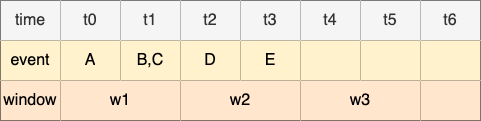
Earlier version of the draw.io export img/kafka/kafka-stream-windowing-2.drawio.png (windowforsun/blog). Source tidied: cells renumbered, new cells last; positions are measured from the earlier drawing's top-left corner, leaving out a move shared by most shapes.
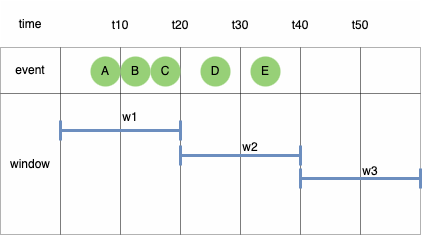
After the commit.

Commit message:
kafka-stream-windowing-2.drawio.png이 추가되었습니다.

The edit, as a diff of the source:
```diff
@@ -2,80 +2,134 @@
   <root>
     <mxCell id="0" />
     <mxCell id="1" parent="0" />
-    <mxCell id="2" style="shape=table;startSize=0;fontSize=16;" parent="1" vertex="1">
-      <mxGeometry width="480" height="120" as="geometry" />
-    </mxCell>
-    <mxCell id="3" style="shape=tableRow;horizontal=0;startSize=0;swimlaneHead=0;swimlaneBody=0;strokeColor=inherit;top=0;left=0;bottom=0;right=0;fillColor=none;fontSize=16;" parent="2" vertex="1">
-      <mxGeometry width="480" height="40" as="geometry" />
-    </mxCell>
+    <mxCell id="27" style="shadow=0;fillColor=#f5f5f5;strokeColor=none;opacity=10;fontColor=#333333;" parent="1" vertex="1">
+      <mxGeometry x="70" y="80" width="420" height="234" as="geometry" />
+    </mxCell>
+    <mxCell id="28" style="shape=tableRow;horizontal=0;startSize=0;swimlaneHead=0;swimlaneBody=0;top=0;left=0;bottom=0;right=0;fontStyle=0;fillColor=none;strokeColor=inherit;opacity=0;" parent="27" vertex="1">
+      <mxGeometry width="420" height="47" as="geometry" />
+    </mxCell>
-    <mxCell id="4" value="time" style="shape=partialRectangle;html=1;whiteSpace=wrap;strokeColor=#666666;overflow=hidden;fillColor=#f5f5f5;top=0;left=0;bottom=0;right=0;fontSize=16;fontColor=#333333;" parent="3" vertex="1">
-      <mxGeometry width="60" height="40" as="geometry" />
+    <mxCell id="4" value="time" style="strokeColor=inherit;fillColor=none;align=center;whiteSpace=wrap;html=1;opacity=30;" parent="28" vertex="1">
+      <mxGeometry width="60" height="47" as="geometry" />
     </mxCell>
-    <mxCell id="5" value="t0" style="shape=partialRectangle;html=1;whiteSpace=wrap;strokeColor=#666666;overflow=hidden;fillColor=#f5f5f5;top=0;left=0;bottom=0;right=0;fontSize=16;fontColor=#333333;" parent="3" vertex="1">
-      <mxGeometry x="60" width="60" height="40" as="geometry" />
-    </mxCell>
-    <mxCell id="6" value="t1" style="shape=partialRectangle;html=1;whiteSpace=wrap;strokeColor=#666666;overflow=hidden;fillColor=#f5f5f5;top=0;left=0;bottom=0;right=0;fontSize=16;fontColor=#333333;" parent="3" vertex="1">
-      <mxGeometry x="120" width="60" height="40" as="geometry" />
-    </mxCell>
-    <mxCell id="7" value="t2" style="shape=partialRectangle;html=1;whiteSpace=wrap;strokeColor=#666666;overflow=hidden;fillColor=#f5f5f5;top=0;left=0;bottom=0;right=0;fontSize=16;fontColor=#333333;" parent="3" vertex="1">
-      <mxGeometry x="180" width="60" height="40" as="geometry" />
-    </mxCell>
-    <mxCell id="8" value="t3" style="shape=partialRectangle;html=1;whiteSpace=wrap;strokeColor=#666666;overflow=hidden;fillColor=#f5f5f5;top=0;left=0;bottom=0;right=0;fontSize=16;fontColor=#333333;" parent="3" vertex="1">
-      <mxGeometry x="240" width="60" height="40" as="geometry" />
-    </mxCell>
-    <mxCell id="9" value="t4" style="shape=partialRectangle;html=1;whiteSpace=wrap;strokeColor=#666666;overflow=hidden;fillColor=#f5f5f5;top=0;left=0;bottom=0;right=0;fontSize=16;fontColor=#333333;" parent="3" vertex="1">
-      <mxGeometry x="300" width="60" height="40" as="geometry" />
-    </mxCell>
-    <mxCell id="10" value="t5" style="shape=partialRectangle;html=1;whiteSpace=wrap;strokeColor=#666666;overflow=hidden;fillColor=#f5f5f5;top=0;left=0;bottom=0;right=0;fontSize=16;fontColor=#333333;" parent="3" vertex="1">
-      <mxGeometry x="360" width="60" height="40" as="geometry" />
-    </mxCell>
-    <mxCell id="11" value="t6" style="shape=partialRectangle;html=1;whiteSpace=wrap;strokeColor=#666666;overflow=hidden;fillColor=#f5f5f5;top=0;left=0;bottom=0;right=0;fontSize=16;fontColor=#333333;" parent="3" vertex="1">
-      <mxGeometry x="420" width="60" height="40" as="geometry" />
-    </mxCell>
-    <mxCell id="12" style="shape=tableRow;horizontal=0;startSize=0;swimlaneHead=0;swimlaneBody=0;strokeColor=inherit;top=0;left=0;bottom=0;right=0;fillColor=none;fontSize=16;" parent="2" vertex="1">
-      <mxGeometry y="40" width="480" height="40" as="geometry" />
-    </mxCell>
+    <mxCell id="29" style="strokeColor=inherit;fillColor=none;align=center;whiteSpace=wrap;html=1;opacity=30;" parent="28" vertex="1">
+      <mxGeometry x="60" width="60" height="47" as="geometry" />
+    </mxCell>
+    <mxCell id="30" style="strokeColor=inherit;fillColor=none;align=center;whiteSpace=wrap;html=1;opacity=30;" parent="28" vertex="1">
+      <mxGeometry x="120" width="60" height="47" as="geometry" />
+    </mxCell>
+    <mxCell id="31" style="strokeColor=inherit;fillColor=none;align=center;whiteSpace=wrap;html=1;opacity=30;" parent="28" vertex="1">
+      <mxGeometry x="180" width="60" height="47" as="geometry" />
+    </mxCell>
+    <mxCell id="32" style="strokeColor=inherit;fillColor=none;align=center;whiteSpace=wrap;html=1;opacity=30;" parent="28" vertex="1">
+      <mxGeometry x="240" width="60" height="47" as="geometry" />
+    </mxCell>
+    <mxCell id="33" style="strokeColor=inherit;fillColor=none;align=center;whiteSpace=wrap;html=1;opacity=30;" parent="28" vertex="1">
+      <mxGeometry x="300" width="60" height="47" as="geometry" />
+    </mxCell>
+    <mxCell id="34" style="strokeColor=inherit;fillColor=none;align=center;whiteSpace=wrap;html=1;opacity=30;" parent="28" vertex="1">
+      <mxGeometry x="360" width="60" height="47" as="geometry" />
+    </mxCell>
+    <mxCell id="35" style="shape=tableRow;horizontal=0;startSize=0;swimlaneHead=0;swimlaneBody=0;top=0;left=0;bottom=0;right=0;fontStyle=0;fillColor=none;strokeColor=default;opacity=30;" parent="27" vertex="1">
+      <mxGeometry y="47" width="420" height="46" as="geometry" />
+    </mxCell>
-    <mxCell id="13" value="event" style="shape=partialRectangle;html=1;whiteSpace=wrap;strokeColor=#d6b656;overflow=hidden;fillColor=#fff2cc;top=0;left=0;bottom=0;right=0;fontSize=16;" parent="12" vertex="1">
-      <mxGeometry width="60" height="40" as="geometry" />
+    <mxCell id="13" value="event" style="strokeColor=inherit;fillColor=none;align=center;whiteSpace=wrap;html=1;opacity=30;" parent="35" vertex="1">
+      <mxGeometry width="60" height="46" as="geometry" />
     </mxCell>
+    <mxCell id="36" style="strokeColor=default;fillColor=none;align=center;whiteSpace=wrap;html=1;opacity=30;" parent="35" vertex="1">
+      <mxGeometry x="60" width="60" height="46" as="geometry" />
+    </mxCell>
+    <mxCell id="37" style="strokeColor=default;fillColor=none;align=center;whiteSpace=wrap;html=1;opacity=30;" parent="35" vertex="1">
+      <mxGeometry x="120" width="60" height="46" as="geometry" />
+    </mxCell>
+    <mxCell id="38" style="strokeColor=default;fillColor=none;align=center;whiteSpace=wrap;html=1;opacity=30;" parent="35" vertex="1">
+      <mxGeometry x="180" width="60" height="46" as="geometry" />
+    </mxCell>
+    <mxCell id="39" style="strokeColor=default;fillColor=none;align=center;whiteSpace=wrap;html=1;opacity=30;" parent="35" vertex="1">
+      <mxGeometry x="240" width="60" height="46" as="geometry" />
+    </mxCell>
+    <mxCell id="40" style="strokeColor=default;fillColor=none;align=center;whiteSpace=wrap;html=1;opacity=30;" parent="35" vertex="1">
+      <mxGeometry x="300" width="60" height="46" as="geometry" />
+    </mxCell>
+    <mxCell id="41" style="strokeColor=default;fillColor=none;align=center;whiteSpace=wrap;html=1;opacity=30;" parent="35" vertex="1">
+      <mxGeometry x="360" width="60" height="46" as="geometry" />
+    </mxCell>
+    <mxCell id="42" style="shape=tableRow;horizontal=0;startSize=0;swimlaneHead=0;swimlaneBody=0;top=0;left=0;bottom=0;right=0;fontStyle=0;fillColor=none;strokeColor=default;opacity=30;" parent="27" vertex="1">
+      <mxGeometry y="93" width="420" height="47" as="geometry" />
+    </mxCell>
+    <mxCell id="22" value="window" style="strokeColor=inherit;fillColor=none;align=center;whiteSpace=wrap;html=1;opacity=30;rowspan=3;colspan=1;" parent="42" vertex="1">
+      <mxGeometry width="60" height="141" as="geometry" />
+    </mxCell>
+    <mxCell id="43" style="strokeColor=default;fillColor=none;align=center;whiteSpace=wrap;html=1;opacity=30;rowspan=3;colspan=1;" parent="42" vertex="1">
+      <mxGeometry x="60" width="60" height="141" as="geometry" />
+    </mxCell>
+    <mxCell id="44" style="strokeColor=default;fillColor=none;align=center;whiteSpace=wrap;html=1;opacity=30;rowspan=3;colspan=1;" parent="42" vertex="1">
+      <mxGeometry x="120" width="60" height="141" as="geometry" />
+    </mxCell>
+    <mxCell id="45" style="strokeColor=default;fillColor=none;align=center;whiteSpace=wrap;html=1;opacity=30;rowspan=3;colspan=1;" parent="42" vertex="1">
+      <mxGeometry x="180" width="60" height="141" as="geometry" />
+    </mxCell>
+    <mxCell id="46" style="strokeColor=default;fillColor=none;align=center;whiteSpace=wrap;html=1;opacity=30;rowspan=3;colspan=1;" parent="42" vertex="1">
+      <mxGeometry x="240" width="60" height="141" as="geometry" />
+    </mxCell>
+    <mxCell id="47" style="strokeColor=default;fillColor=none;align=center;whiteSpace=wrap;html=1;opacity=30;rowspan=3;colspan=1;" parent="42" vertex="1">
+      <mxGeometry x="300" width="60" height="141" as="geometry" />
+    </mxCell>
+    <mxCell id="48" style="strokeColor=default;fillColor=none;align=center;whiteSpace=wrap;html=1;opacity=30;rowspan=3;colspan=1;" parent="42" vertex="1">
+      <mxGeometry x="360" width="60" height="141" as="geometry" />
+    </mxCell>
+    <mxCell id="49" style="shape=tableRow;horizontal=0;startSize=0;swimlaneHead=0;swimlaneBody=0;top=0;left=0;bottom=0;right=0;fontStyle=0;fillColor=none;strokeColor=default;opacity=30;" parent="27" vertex="1">
+      <mxGeometry y="140" width="420" height="47" as="geometry" />
+    </mxCell>
+    <mxCell id="50" style="shape=tableRow;horizontal=0;startSize=0;swimlaneHead=0;swimlaneBody=0;top=0;left=0;bottom=0;right=0;fontStyle=0;fillColor=none;strokeColor=default;opacity=30;" parent="27" vertex="1">
+      <mxGeometry y="187" width="420" height="47" as="geometry" />
+    </mxCell>
+    <mxCell id="51" value="t10" style="text;html=1;align=center;verticalAlign=middle;whiteSpace=wrap;rounded=0;opacity=30;strokeColor=none;" parent="1" vertex="1">
+      <mxGeometry x="160" y="90" width="60" height="30" as="geometry" />
+    </mxCell>
+    <mxCell id="52" value="t20" style="text;html=1;align=center;verticalAlign=middle;whiteSpace=wrap;rounded=0;opacity=30;strokeColor=none;" parent="1" vertex="1">
+      <mxGeometry x="220" y="90" width="60" height="30" as="geometry" />
+    </mxCell>
+    <mxCell id="53" value="t30" style="text;html=1;align=center;verticalAlign=middle;whiteSpace=wrap;rounded=0;opacity=30;strokeColor=none;" parent="1" vertex="1">
+      <mxGeometry x="280" y="90" width="60" height="30" as="geometry" />
+    </mxCell>
+    <mxCell id="54" value="t40" style="text;html=1;align=center;verticalAlign=middle;whiteSpace=wrap;rounded=0;opacity=30;strokeColor=none;" parent="1" vertex="1">
+      <mxGeometry x="340" y="90" width="60" height="30" as="geometry" />
+    </mxCell>
+    <mxCell id="55" value="t50" style="text;html=1;align=center;verticalAlign=middle;whiteSpace=wrap;rounded=0;opacity=30;strokeColor=none;" parent="1" vertex="1">
+      <mxGeometry x="400" y="90" width="60" height="30" as="geometry" />
+    </mxCell>
-    <mxCell id="14" value="A" style="shape=partialRectangle;html=1;whiteSpace=wrap;strokeColor=#d6b656;overflow=hidden;fillColor=#fff2cc;top=0;left=0;bottom=0;right=0;fontSize=16;" parent="12" vertex="1">
-      <mxGeometry x="60" width="60" height="40" as="geometry" />
+    <mxCell id="14" value="A" style="ellipse;whiteSpace=wrap;html=1;fillColor=#97D077;strokeColor=none;" parent="1" vertex="1">
+      <mxGeometry x="160" y="136" width="30" height="30" as="geometry" />
     </mxCell>
-    <mxCell id="15" value="B,C" style="shape=partialRectangle;html=1;whiteSpace=wrap;overflow=hidden;top=0;left=0;bottom=0;right=0;fontSize=16;strokeColor=#d6b656;fillColor=#fff2cc;" parent="12" vertex="1">
-      <mxGeometry x="120" width="60" height="40" as="geometry" />
-    </mxCell>
+    <mxCell id="56" value="B" style="ellipse;whiteSpace=wrap;html=1;fillColor=#97D077;strokeColor=none;" parent="1" vertex="1">
+      <mxGeometry x="190" y="136" width="30" height="30" as="geometry" />
+    </mxCell>
+    <mxCell id="57" value="C" style="ellipse;whiteSpace=wrap;html=1;fillColor=#97D077;strokeColor=none;" parent="1" vertex="1">
+      <mxGeometry x="220" y="136" width="30" height="30" as="geometry" />
+    </mxCell>
+    <mxCell id="58" style="shape=crossbar;whiteSpace=wrap;html=1;rounded=1;strokeWidth=3;fillColor=#dae8fc;strokeColor=#6c8ebf;" parent="1" vertex="1">
+      <mxGeometry x="250" y="225" width="120" height="20" as="geometry" />
+    </mxCell>
+    <mxCell id="24" value="w2" style="text;html=1;align=center;verticalAlign=middle;whiteSpace=wrap;rounded=0;" parent="1" vertex="1">
+      <mxGeometry x="290" y="212" width="60" height="30" as="geometry" />
+    </mxCell>
-    <mxCell id="16" value="D" style="shape=partialRectangle;html=1;whiteSpace=wrap;overflow=hidden;top=0;left=0;bottom=0;right=0;fontSize=16;fillColor=#fff2cc;strokeColor=#d6b656;" parent="12" vertex="1">
-      <mxGeometry x="180" width="60" height="40" as="geometry" />
+    <mxCell id="16" value="D" style="ellipse;whiteSpace=wrap;html=1;fillColor=#97D077;strokeColor=none;" parent="1" vertex="1">
+      <mxGeometry x="270" y="136" width="30" height="30" as="geometry" />
     </mxCell>
-    <mxCell id="17" value="E" style="shape=partialRectangle;html=1;whiteSpace=wrap;strokeColor=#d6b656;overflow=hidden;fillColor=#fff2cc;top=0;left=0;bottom=0;right=0;fontSize=16;" parent="12" vertex="1">
-      <mxGeometry x="240" width="60" height="40" as="geometry" />
+    <mxCell id="17" value="E" style="ellipse;whiteSpace=wrap;html=1;fillColor=#97D077;strokeColor=none;" parent="1" vertex="1">
+      <mxGeometry x="320" y="136" width="30" height="30" as="geometry" />
     </mxCell>
-    <mxCell id="18" style="shape=partialRectangle;html=1;whiteSpace=wrap;strokeColor=#d6b656;overflow=hidden;fillColor=#fff2cc;top=0;left=0;bottom=0;right=0;fontSize=16;" parent="12" vertex="1">
-      <mxGeometry x="300" width="60" height="40" as="geometry" />
-    </mxCell>
-    <mxCell id="19" style="shape=partialRectangle;html=1;whiteSpace=wrap;strokeColor=#d6b656;overflow=hidden;fillColor=#fff2cc;top=0;left=0;bottom=0;right=0;fontSize=16;" parent="12" vertex="1">
-      <mxGeometry x="360" width="60" height="40" as="geometry" />
-    </mxCell>
-    <mxCell id="20" style="shape=partialRectangle;html=1;whiteSpace=wrap;strokeColor=#d6b656;overflow=hidden;fillColor=#fff2cc;top=0;left=0;bottom=0;right=0;fontSize=16;" parent="12" vertex="1">
-      <mxGeometry x="420" width="60" height="40" as="geometry" />
-    </mxCell>
-    <mxCell id="21" style="shape=tableRow;horizontal=0;startSize=0;swimlaneHead=0;swimlaneBody=0;strokeColor=inherit;top=0;left=0;bottom=0;right=0;fillColor=none;fontSize=16;" parent="2" vertex="1">
-      <mxGeometry y="80" width="480" height="40" as="geometry" />
-    </mxCell>
-    <mxCell id="22" value="window" style="shape=partialRectangle;html=1;whiteSpace=wrap;strokeColor=#d79b00;overflow=hidden;fillColor=#ffe6cc;top=0;left=0;bottom=0;right=0;fontSize=16;" parent="21" vertex="1">
-      <mxGeometry width="60" height="40" as="geometry" />
-    </mxCell>
+    <mxCell id="59" style="shape=crossbar;whiteSpace=wrap;html=1;rounded=1;strokeWidth=3;fillColor=#dae8fc;strokeColor=#6c8ebf;" parent="1" vertex="1">
+      <mxGeometry x="130" y="200" width="120" height="20" as="geometry" />
+    </mxCell>
-    <mxCell id="23" value="w1" style="shape=partialRectangle;html=1;whiteSpace=wrap;strokeColor=#d79b00;overflow=hidden;fillColor=#ffe6cc;top=0;left=0;bottom=0;right=0;fontSize=16;rowspan=1;colspan=2;" parent="21" vertex="1">
-      <mxGeometry x="60" width="120" height="40" as="geometry" />
+    <mxCell id="23" value="w1" style="text;html=1;align=center;verticalAlign=middle;whiteSpace=wrap;rounded=0;" parent="1" vertex="1">
+      <mxGeometry x="170" y="182" width="60" height="30" as="geometry" />
     </mxCell>
-    <mxCell id="24" value="w2" style="shape=partialRectangle;html=1;whiteSpace=wrap;strokeColor=#d79b00;overflow=hidden;fillColor=#ffe6cc;top=0;left=0;bottom=0;right=0;fontSize=16;rowspan=1;colspan=2;" parent="21" vertex="1">
-      <mxGeometry x="180" width="120" height="40" as="geometry" />
-    </mxCell>
+    <mxCell id="60" style="shape=crossbar;whiteSpace=wrap;html=1;rounded=1;strokeWidth=3;fillColor=#dae8fc;strokeColor=#6c8ebf;" parent="1" vertex="1">
+      <mxGeometry x="370" y="248" width="120" height="20" as="geometry" />
+    </mxCell>
-    <mxCell id="25" value="w3" style="shape=partialRectangle;html=1;whiteSpace=wrap;strokeColor=#d79b00;overflow=hidden;fillColor=#ffe6cc;top=0;left=0;bottom=0;right=0;fontSize=16;rowspan=1;colspan=2;" parent="21" vertex="1">
-      <mxGeometry x="300" width="120" height="40" as="geometry" />
+    <mxCell id="25" value="w3" style="text;html=1;align=center;verticalAlign=middle;whiteSpace=wrap;rounded=0;" parent="1" vertex="1">
+      <mxGeometry x="410" y="236" width="60" height="30" as="geometry" />
     </mxCell>
-    <mxCell id="26" style="shape=partialRectangle;html=1;whiteSpace=wrap;strokeColor=#d79b00;overflow=hidden;fillColor=#ffe6cc;top=0;left=0;bottom=0;right=0;fontSize=16;" parent="21" vertex="1">
-      <mxGeometry x="420" width="60" height="40" as="geometry" />
-    </mxCell>
   </root>
 </mxGraphModel>
```
